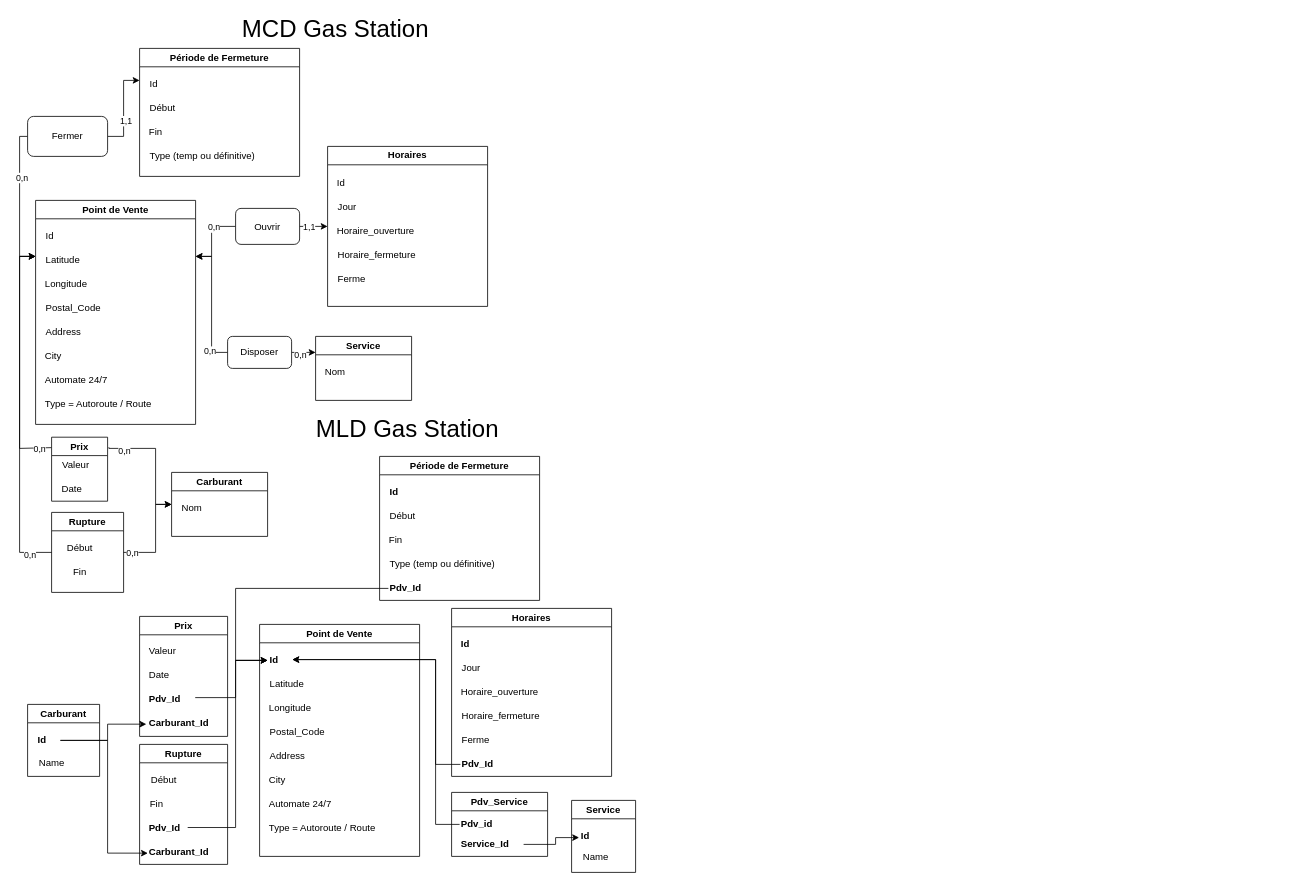
RomainWirth/RomainWirth keeps this draw.io diagram as Bases-De-Données_&_PHP-DATAVIZ/MLD-MCD_gas-station.drawio. Above is the earlier version. Source tidied: cells renumbered, new cells numbered last; positions are measured from the earlier drawing's top-left corner, leaving out a move shared by most shapes. Both pictures are drawn from the tidied source at 80%, with x=0, y=0 at pixel (19, 16).
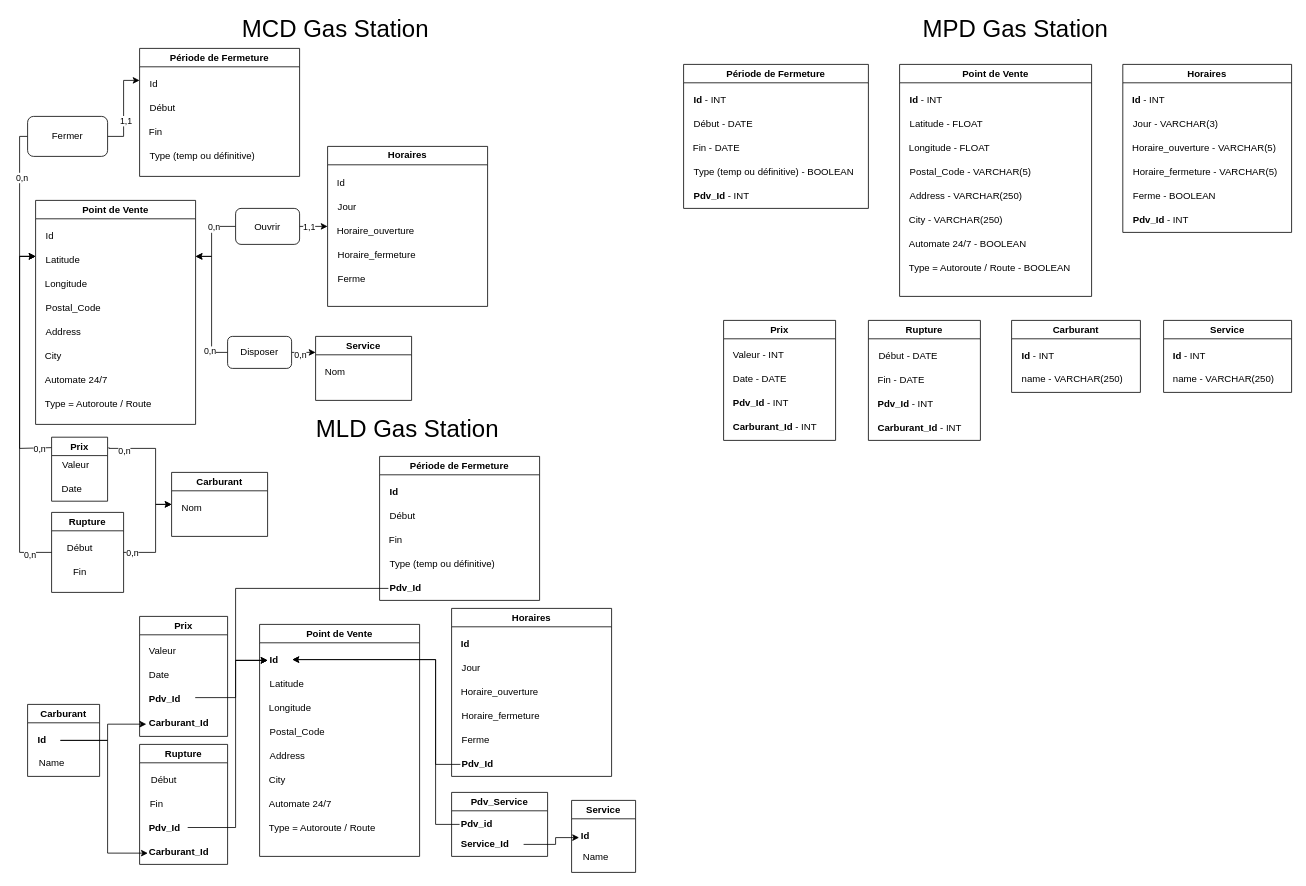
The same page after the edit.

Commit message:
Mettre à jour MLD-MCD_gas-station.drawio

What changed in the source:
```diff
@@
+    <mxCell id="106" value="&lt;font style=&quot;font-size: 30px;&quot;&gt;MPD Gas Station&lt;/font&gt;" style="text;html=1;strokeColor=none;fillColor=none;align=center;verticalAlign=middle;whiteSpace=wrap;rounded=0;" parent="1" vertex="1">
+      <mxGeometry x="1120" width="250" height="30" as="geometry" />
+    </mxCell>
+    <mxCell id="107" value="Période de Fermeture" style="swimlane;whiteSpace=wrap;html=1;" parent="1" vertex="1">
+      <mxGeometry x="830" y="60" width="231" height="180" as="geometry" />
+    </mxCell>
+    <mxCell id="108" value="Début - DATE" style="text;html=1;align=left;verticalAlign=middle;strokeColor=none;fillColor=none;" parent="107" vertex="1">
+      <mxGeometry x="11" y="60" width="100" height="30" as="geometry" />
+    </mxCell>
+    <mxCell id="109" value="Fin - DATE" style="text;html=1;align=left;verticalAlign=middle;strokeColor=none;fillColor=none;" parent="107" vertex="1">
+      <mxGeometry x="10" y="90" width="80" height="30" as="geometry" />
+    </mxCell>
+    <mxCell id="110" value="Type (temp ou définitive) - BOOLEAN" style="text;html=1;align=left;verticalAlign=middle;strokeColor=none;fillColor=none;" parent="107" vertex="1">
+      <mxGeometry x="11" y="120" width="220" height="30" as="geometry" />
+    </mxCell>
+    <mxCell id="111" value="&lt;div align=&quot;left&quot;&gt;&lt;b&gt;Id &lt;/b&gt;- INT&lt;/div&gt;" style="text;html=1;align=left;verticalAlign=middle;strokeColor=none;fillColor=none;" parent="107" vertex="1">
+      <mxGeometry x="11" y="30" width="60" height="30" as="geometry" />
+    </mxCell>
+    <mxCell id="112" value="&lt;b&gt;Pdv_Id &lt;/b&gt;- INT" style="text;html=1;align=left;verticalAlign=middle;strokeColor=none;fillColor=none;" parent="107" vertex="1">
+      <mxGeometry x="11" y="150" width="90" height="30" as="geometry" />
+    </mxCell>
+    <mxCell id="113" value="Point de Vente" style="swimlane;whiteSpace=wrap;html=1;" parent="1" vertex="1">
+      <mxGeometry x="1100" y="60" width="240" height="290" as="geometry" />
+    </mxCell>
+    <mxCell id="114" value="&lt;div align=&quot;left&quot;&gt;Latitude - FLOAT&lt;/div&gt;" style="text;html=1;align=left;verticalAlign=middle;strokeColor=none;fillColor=none;" parent="113" vertex="1">
+      <mxGeometry x="11" y="60" width="110" height="30" as="geometry" />
+    </mxCell>
+    <mxCell id="115" value="Longitude - FLOAT" style="text;html=1;align=left;verticalAlign=middle;strokeColor=none;fillColor=none;" parent="113" vertex="1">
+      <mxGeometry x="10" y="90" width="120" height="30" as="geometry" />
+    </mxCell>
+    <mxCell id="116" value="Postal_Code - VARCHAR(5)" style="text;html=1;align=left;verticalAlign=middle;strokeColor=none;fillColor=none;" parent="113" vertex="1">
+      <mxGeometry x="11" y="120" width="180" height="30" as="geometry" />
+    </mxCell>
+    <mxCell id="117" value="Address - VARCHAR(250)" style="text;html=1;align=left;verticalAlign=middle;strokeColor=none;fillColor=none;" parent="113" vertex="1">
+      <mxGeometry x="11" y="150" width="160" height="30" as="geometry" />
+    </mxCell>
+    <mxCell id="118" value="City - VARCHAR(250)" style="text;html=1;align=left;verticalAlign=middle;strokeColor=none;fillColor=none;" parent="113" vertex="1">
+      <mxGeometry x="10" y="180" width="140" height="30" as="geometry" />
+    </mxCell>
+    <mxCell id="119" value="Automate 24/7 - BOOLEAN" style="text;html=1;align=left;verticalAlign=middle;strokeColor=none;fillColor=none;" parent="113" vertex="1">
+      <mxGeometry x="10" y="210" width="170" height="30" as="geometry" />
+    </mxCell>
+    <mxCell id="120" value="&lt;div&gt;Type = Autoroute / Route - BOOLEAN&lt;/div&gt;" style="text;html=1;align=left;verticalAlign=middle;strokeColor=none;fillColor=none;" parent="113" vertex="1">
+      <mxGeometry x="10" y="240" width="230" height="30" as="geometry" />
+    </mxCell>
+    <mxCell id="121" value="&lt;div align=&quot;left&quot;&gt;&lt;b&gt;Id &lt;/b&gt;- INT&lt;/div&gt;" style="text;html=1;align=left;verticalAlign=middle;strokeColor=none;fillColor=none;" parent="113" vertex="1">
+      <mxGeometry x="11" y="30" width="60" height="30" as="geometry" />
+    </mxCell>
+    <mxCell id="122" value="Horaires" style="swimlane;whiteSpace=wrap;html=1;" parent="1" vertex="1">
+      <mxGeometry x="1379" y="60" width="211" height="210" as="geometry" />
+    </mxCell>
+    <mxCell id="123" value="Jour - VARCHAR(3)" style="text;html=1;align=left;verticalAlign=middle;strokeColor=none;fillColor=none;" parent="122" vertex="1">
+      <mxGeometry x="11" y="60" width="130" height="30" as="geometry" />
+    </mxCell>
+    <mxCell id="124" value="Horaire_ouverture - VARCHAR(5)" style="text;html=1;align=left;verticalAlign=middle;strokeColor=none;fillColor=none;" parent="122" vertex="1">
+      <mxGeometry x="10" y="90" width="200" height="30" as="geometry" />
+    </mxCell>
+    <mxCell id="125" value="Horaire_fermeture&amp;nbsp;- VARCHAR(5)" style="text;html=1;align=left;verticalAlign=middle;strokeColor=none;fillColor=none;" parent="122" vertex="1">
+      <mxGeometry x="11" y="120" width="200" height="30" as="geometry" />
+    </mxCell>
+    <mxCell id="126" value="Ferme - BOOLEAN" style="text;html=1;align=left;verticalAlign=middle;strokeColor=none;fillColor=none;" parent="122" vertex="1">
+      <mxGeometry x="11" y="150" width="130" height="30" as="geometry" />
+    </mxCell>
+    <mxCell id="127" value="&lt;b&gt;Id &lt;/b&gt;- INT" style="text;html=1;align=left;verticalAlign=middle;strokeColor=none;fillColor=none;" parent="122" vertex="1">
+      <mxGeometry x="10" y="30" width="60" height="30" as="geometry" />
+    </mxCell>
+    <mxCell id="128" value="&lt;b&gt;Pdv_Id&lt;/b&gt;&amp;nbsp;- INT" style="text;html=1;align=left;verticalAlign=middle;strokeColor=none;fillColor=none;" parent="122" vertex="1">
+      <mxGeometry x="11" y="180" width="90" height="30" as="geometry" />
+    </mxCell>
+    <mxCell id="129" value="Service" style="swimlane;whiteSpace=wrap;html=1;" parent="1" vertex="1">
+      <mxGeometry x="1430" y="380" width="160" height="90" as="geometry" />
+    </mxCell>
+    <mxCell id="130" value="&lt;b&gt;Id &lt;/b&gt;- INT" style="text;html=1;align=left;verticalAlign=middle;strokeColor=none;fillColor=none;" parent="129" vertex="1">
+      <mxGeometry x="10" y="30" width="60" height="30" as="geometry" />
+    </mxCell>
+    <mxCell id="131" value="name - VARCHAR(250)" style="text;html=1;align=left;verticalAlign=middle;strokeColor=none;fillColor=none;" parent="129" vertex="1">
+      <mxGeometry x="10" y="58" width="150" height="30" as="geometry" />
+    </mxCell>
+    <mxCell id="132" value="Prix" style="swimlane;whiteSpace=wrap;html=1;rounded=0;startSize=23;" parent="1" vertex="1">
+      <mxGeometry x="880" y="380" width="140" height="150" as="geometry" />
+    </mxCell>
+    <mxCell id="133" value="Date - DATE" style="text;html=1;align=left;verticalAlign=middle;strokeColor=none;fillColor=none;" parent="132" vertex="1">
+      <mxGeometry x="10" y="58" width="90" height="30" as="geometry" />
+    </mxCell>
+    <mxCell id="134" value="Valeur - INT" style="text;html=1;align=left;verticalAlign=middle;strokeColor=none;fillColor=none;" parent="132" vertex="1">
+      <mxGeometry x="10" y="28" width="90" height="30" as="geometry" />
+    </mxCell>
+    <mxCell id="135" value="&lt;b&gt;Pdv_Id &lt;/b&gt;- INT" style="text;html=1;align=left;verticalAlign=middle;strokeColor=none;fillColor=none;" parent="132" vertex="1">
+      <mxGeometry x="10" y="88" width="90" height="30" as="geometry" />
+    </mxCell>
+    <mxCell id="136" value="&lt;b&gt;Carburant_Id &lt;/b&gt;- INT" style="text;html=1;align=left;verticalAlign=middle;strokeColor=none;fillColor=none;" parent="132" vertex="1">
+      <mxGeometry x="10" y="118" width="130" height="30" as="geometry" />
+    </mxCell>
+    <mxCell id="137" value="Rupture" style="swimlane;whiteSpace=wrap;html=1;" parent="1" vertex="1">
+      <mxGeometry x="1061" y="380" width="140" height="150" as="geometry" />
+    </mxCell>
+    <mxCell id="138" value="&lt;b&gt;Carburant_Id &lt;/b&gt;- INT" style="text;html=1;align=left;verticalAlign=middle;strokeColor=none;fillColor=none;" parent="137" vertex="1">
+      <mxGeometry x="10" y="120" width="130" height="30" as="geometry" />
+    </mxCell>
+    <mxCell id="139" value="Début - DATE" style="text;html=1;align=left;verticalAlign=middle;strokeColor=none;fillColor=none;" parent="137" vertex="1">
+      <mxGeometry x="11" y="30" width="100" height="30" as="geometry" />
+    </mxCell>
+    <mxCell id="140" value="Fin - DATE" style="text;html=1;align=left;verticalAlign=middle;strokeColor=none;fillColor=none;" parent="137" vertex="1">
+      <mxGeometry x="10" y="60" width="80" height="30" as="geometry" />
+    </mxCell>
+    <mxCell id="141" value="&lt;div style=&quot;&quot;&gt;&lt;b style=&quot;background-color: initial;&quot;&gt;Pdv_Id &lt;/b&gt;&lt;span style=&quot;background-color: initial;&quot;&gt;- INT&lt;/span&gt;&lt;/div&gt;" style="text;html=1;align=left;verticalAlign=middle;strokeColor=none;fillColor=none;" parent="137" vertex="1">
+      <mxGeometry x="10" y="90" width="90" height="30" as="geometry" />
+    </mxCell>
+    <mxCell id="142" value="Carburant" style="swimlane;whiteSpace=wrap;html=1;" parent="1" vertex="1">
+      <mxGeometry x="1240" y="380" width="161" height="90" as="geometry" />
+    </mxCell>
+    <mxCell id="143" value="&lt;b&gt;Id&lt;/b&gt;&amp;nbsp;- INT" style="text;html=1;align=left;verticalAlign=middle;strokeColor=none;fillColor=none;" parent="142" vertex="1">
+      <mxGeometry x="11" y="30" width="60" height="30" as="geometry" />
+    </mxCell>
+    <mxCell id="144" value="name - VARCHAR(250)" style="text;html=1;align=left;verticalAlign=middle;strokeColor=none;fillColor=none;" parent="142" vertex="1">
+      <mxGeometry x="11" y="58" width="150" height="30" as="geometry" />
+    </mxCell>
```
